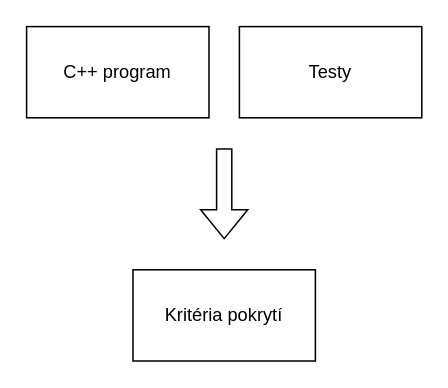
Earlier version of the draw.io diagram presentation_src_test_coverage.drawio (petkapou/DIP_diagrams). Source tidied: cells renumbered, new cells numbered last; positions are measured from the earlier drawing's top-left corner, leaving out a move shared by most shapes. Both pictures are drawn from the tidied source at 152%, with x=0, y=0 at pixel (26, 26).
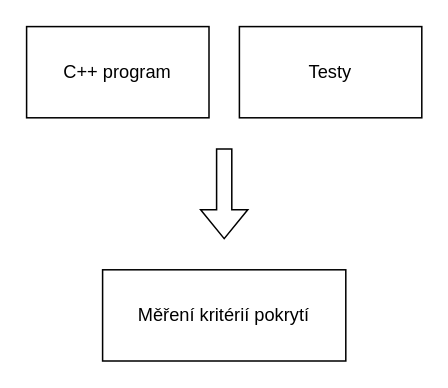
The same page after the edit.

Diff of the diagram source:
```diff
@@
 <mxGraphModel>
   <root>
     <mxCell id="0" />
     <mxCell id="1" parent="0" />
     <mxCell id="2" value="C++ program" style="rounded=0;whiteSpace=wrap;html=1;" parent="1" vertex="1">
       <mxGeometry width="120" height="60" as="geometry" />
     </mxCell>
     <mxCell id="3" value="Testy" style="rounded=0;whiteSpace=wrap;html=1;" parent="1" vertex="1">
       <mxGeometry x="140" width="120" height="60" as="geometry" />
     </mxCell>
     <mxCell id="4" style="shape=flexArrow;endArrow=classic;html=1;rounded=0;" parent="1" edge="1">
       <mxGeometry relative="1" as="geometry">
         <mxPoint x="130" y="80" as="sourcePoint" />
         <mxPoint x="130" y="140" as="targetPoint" />
       </mxGeometry>
     </mxCell>
-    <mxCell id="5" value="Kritéria pokrytí" style="rounded=0;whiteSpace=wrap;html=1;" parent="1" vertex="1">
-      <mxGeometry x="70" y="160" width="120" height="60" as="geometry" />
+    <mxCell id="5" value="Měření kritérií pokrytí" style="rounded=0;whiteSpace=wrap;html=1;" parent="1" vertex="1">
+      <mxGeometry x="50" y="160" width="160" height="60" as="geometry" />
     </mxCell>
   </root>
 </mxGraphModel>
```
